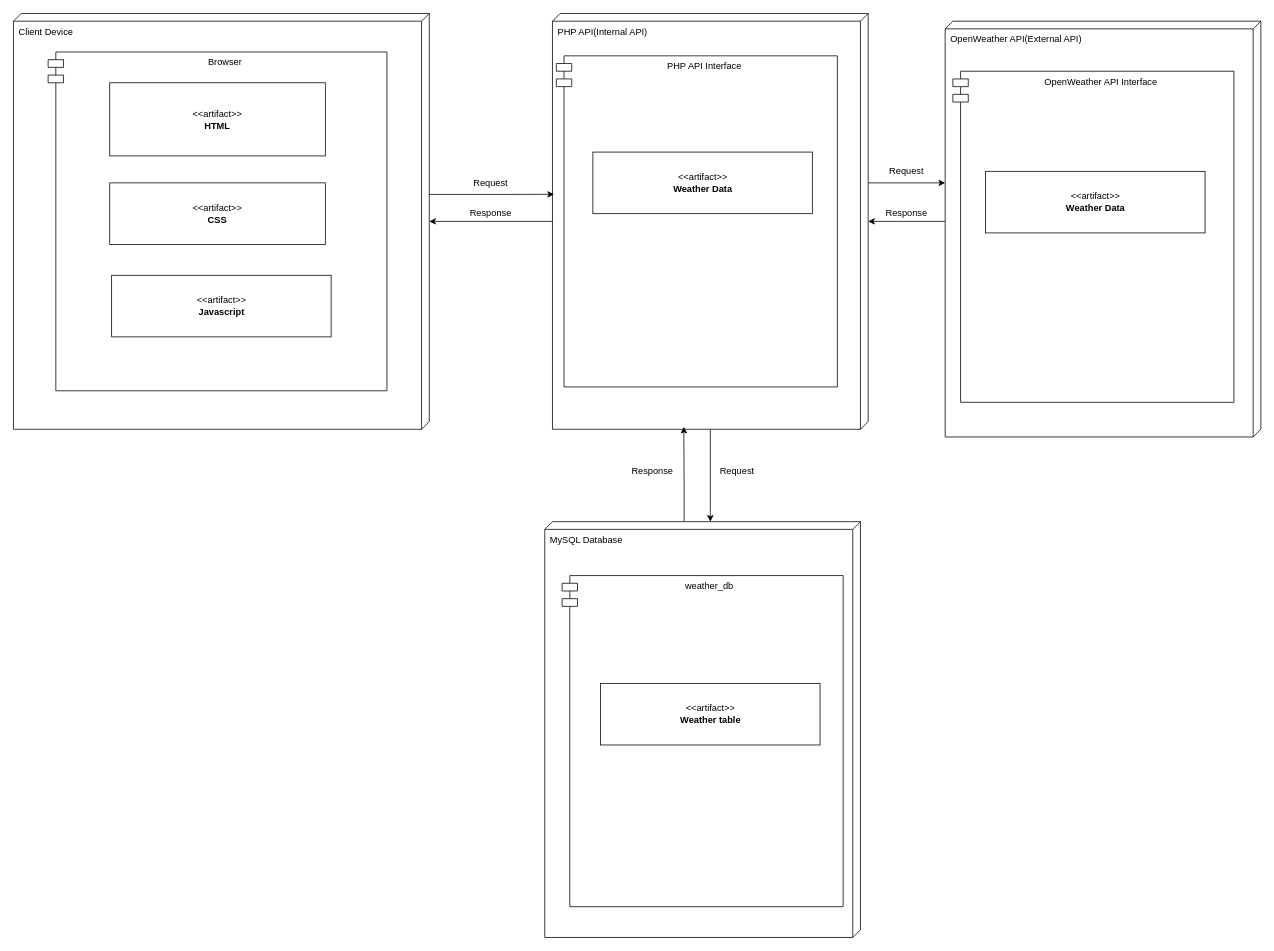
Above: Deployment Diagram.drawio in Sandesh-Basnet/Weather_APP (draw.io), before the change. Source tidied: cells renumbered, new cells numbered last; positions are measured from the earlier drawing's top-left corner, leaving out a move shared by most shapes. Both pictures are drawn from the tidied source at 77%, with x=0, y=0 at pixel (13, 13).
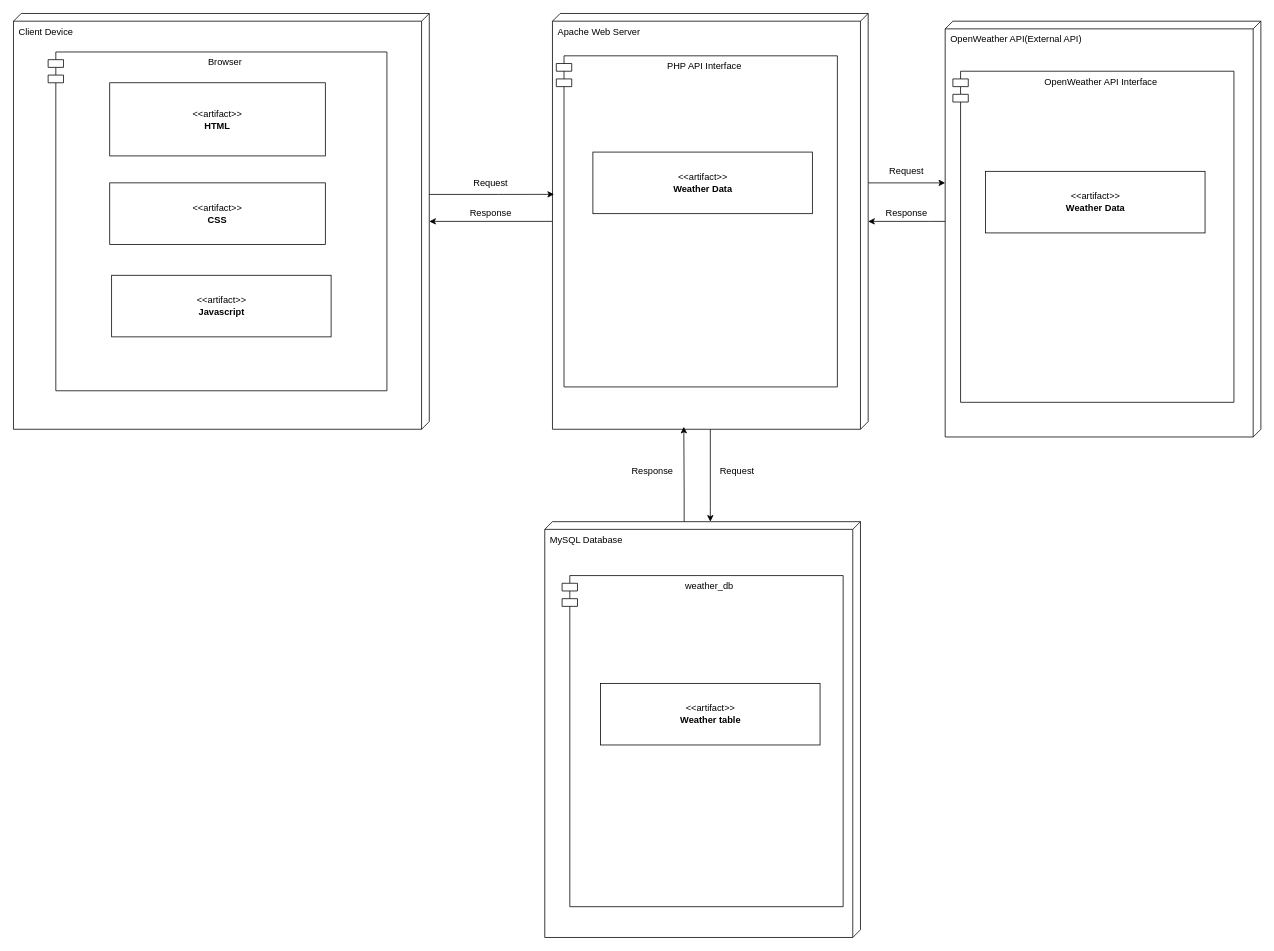
The same diagram, later.

Diff of the diagram source:
```diff
@@
-    <mxCell id="8" value="PHP API(Internal API)" style="verticalAlign=top;align=left;shape=cube;size=10;direction=south;fontStyle=0;html=1;boundedLbl=1;spacingLeft=5;whiteSpace=wrap;" parent="1" vertex="1">
+    <mxCell id="8" value="Apache Web Server" style="verticalAlign=top;align=left;shape=cube;size=10;direction=south;fontStyle=0;html=1;boundedLbl=1;spacingLeft=5;whiteSpace=wrap;" parent="1" vertex="1">
       <mxGeometry x="700" width="410" height="540" as="geometry" />
     </mxCell>
```
